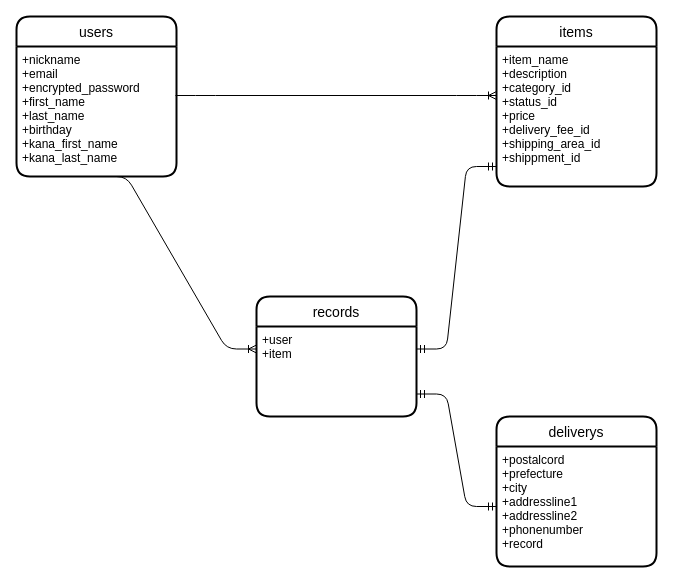
09200515/furima-34564 keeps this draw.io diagram as ER.dio. Above is the earlier version. Source tidied: cells renumbered, new cells numbered last; positions are measured from the earlier drawing's top-left corner, leaving out a move shared by most shapes. Both pictures are drawn from the tidied source at 100%, with x=0, y=0 at pixel (16, 16).
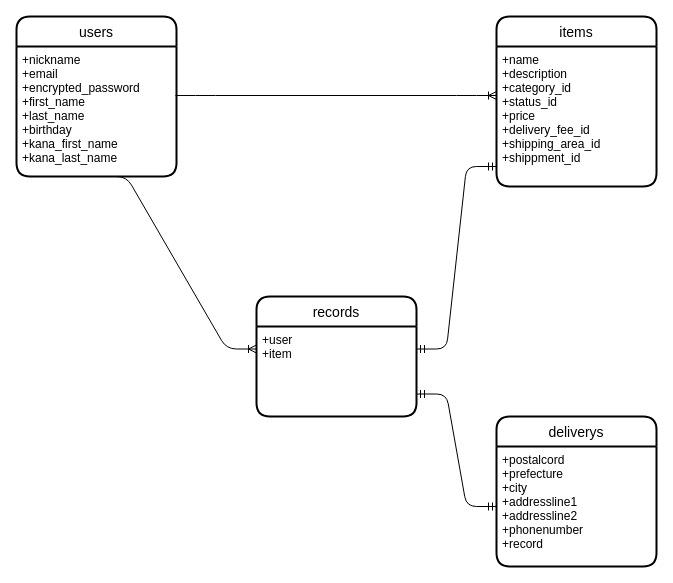
Above is the later version.

Commit message (it also covers changes not shown here):
ER図とREADMEの再修正

What changed in the source:
```diff
@@
 <mxGraphModel>
   <root>
     <mxCell id="0" />
     <mxCell id="1" parent="0" />
     <mxCell id="2" value="users" style="swimlane;horizontal=1;startSize=30;rounded=1;fontSize=14;fontStyle=0;strokeWidth=2;shadow=0;dashed=0;align=center;" parent="1" vertex="1">
       <mxGeometry width="160" height="160" as="geometry" />
     </mxCell>
     <mxCell id="3" value="+nickname&#10;+email&#10;+encrypted_password&#10;+first_name&#10;+last_name&#10;+birthday&#10;+kana_first_name&#10;+kana_last_name&#10;" style="align=left;strokeColor=none;fillColor=none;spacingLeft=4;fontSize=12;verticalAlign=top;" parent="2" vertex="1">
       <mxGeometry y="30" width="160" height="130" as="geometry" />
     </mxCell>
     <mxCell id="4" value="items" style="swimlane;horizontal=1;startSize=30;rounded=1;fontSize=14;fontStyle=0;strokeWidth=2;shadow=0;dashed=0;align=center;" parent="1" vertex="1">
       <mxGeometry x="480" width="160" height="170" as="geometry" />
     </mxCell>
-    <mxCell id="5" value="+item_name&#10;+description&#10;+category_id&#10;+status_id&#10;+price&#10;+delivery_fee_id&#10;+shipping_area_id&#10;+shippment_id" style="align=left;strokeColor=none;fillColor=none;spacingLeft=4;fontSize=12;verticalAlign=top;" parent="4" vertex="1">
+    <mxCell id="5" value="+name&#10;+description&#10;+category_id&#10;+status_id&#10;+price&#10;+delivery_fee_id&#10;+shipping_area_id&#10;+shippment_id" style="align=left;strokeColor=none;fillColor=none;spacingLeft=4;fontSize=12;verticalAlign=top;" parent="4" vertex="1">
       <mxGeometry y="30" width="160" height="140" as="geometry" />
     </mxCell>
     <mxCell id="6" value="records" style="swimlane;horizontal=1;startSize=30;rounded=1;fontSize=14;fontStyle=0;strokeWidth=2;shadow=0;dashed=0;align=center;" parent="1" vertex="1">
       <mxGeometry x="240" y="280" width="160" height="120" as="geometry" />
     </mxCell>
     <mxCell id="7" value="+user&#10;+item" style="align=left;strokeColor=none;fillColor=none;spacingLeft=4;fontSize=12;verticalAlign=top;" parent="6" vertex="1">
       <mxGeometry y="30" width="160" height="90" as="geometry" />
     </mxCell>
     <mxCell id="8" value="deliverys" style="swimlane;horizontal=1;startSize=30;rounded=1;fontSize=14;fontStyle=0;strokeWidth=2;shadow=0;dashed=0;align=center;" parent="1" vertex="1">
       <mxGeometry x="480" y="400" width="160" height="150" as="geometry" />
     </mxCell>
     <mxCell id="9" value="+postalcord&#10;+prefecture&#10;+city&#10;+addressline1&#10;+addressline2&#10;+phonenumber&#10;+record" style="align=left;strokeColor=none;fillColor=none;spacingLeft=4;fontSize=12;verticalAlign=top;" parent="8" vertex="1">
       <mxGeometry y="30" width="160" height="120" as="geometry" />
     </mxCell>
     <mxCell id="10" style="edgeStyle=entityRelationEdgeStyle;fontSize=12;html=1;endArrow=ERoneToMany;" parent="1" edge="1">
       <mxGeometry relative="1" as="geometry">
         <mxPoint x="159" y="79" as="sourcePoint" />
         <mxPoint x="480" y="79" as="targetPoint" />
       </mxGeometry>
     </mxCell>
     <mxCell id="11" style="edgeStyle=entityRelationEdgeStyle;fontSize=12;html=1;endArrow=ERoneToMany;entryX=0;entryY=0.25;entryDx=0;entryDy=0;exitX=0.5;exitY=1;exitDx=0;exitDy=0;" parent="1" edge="1" source="3" target="7">
       <mxGeometry relative="1" as="geometry" />
     </mxCell>
     <mxCell id="12" style="edgeStyle=entityRelationEdgeStyle;fontSize=12;html=1;endArrow=ERmandOne;startArrow=ERmandOne;exitX=1;exitY=0.25;exitDx=0;exitDy=0;" parent="1" edge="1" source="7">
       <mxGeometry relative="1" as="geometry">
         <mxPoint x="480" y="150" as="targetPoint" />
       </mxGeometry>
     </mxCell>
     <mxCell id="13" style="edgeStyle=entityRelationEdgeStyle;fontSize=12;html=1;endArrow=ERmandOne;startArrow=ERmandOne;exitX=1;exitY=0.75;exitDx=0;exitDy=0;entryX=0;entryY=0.5;entryDx=0;entryDy=0;" parent="1" edge="1" source="7" target="9">
       <mxGeometry relative="1" as="geometry" />
     </mxCell>
   </root>
 </mxGraphModel>
```
